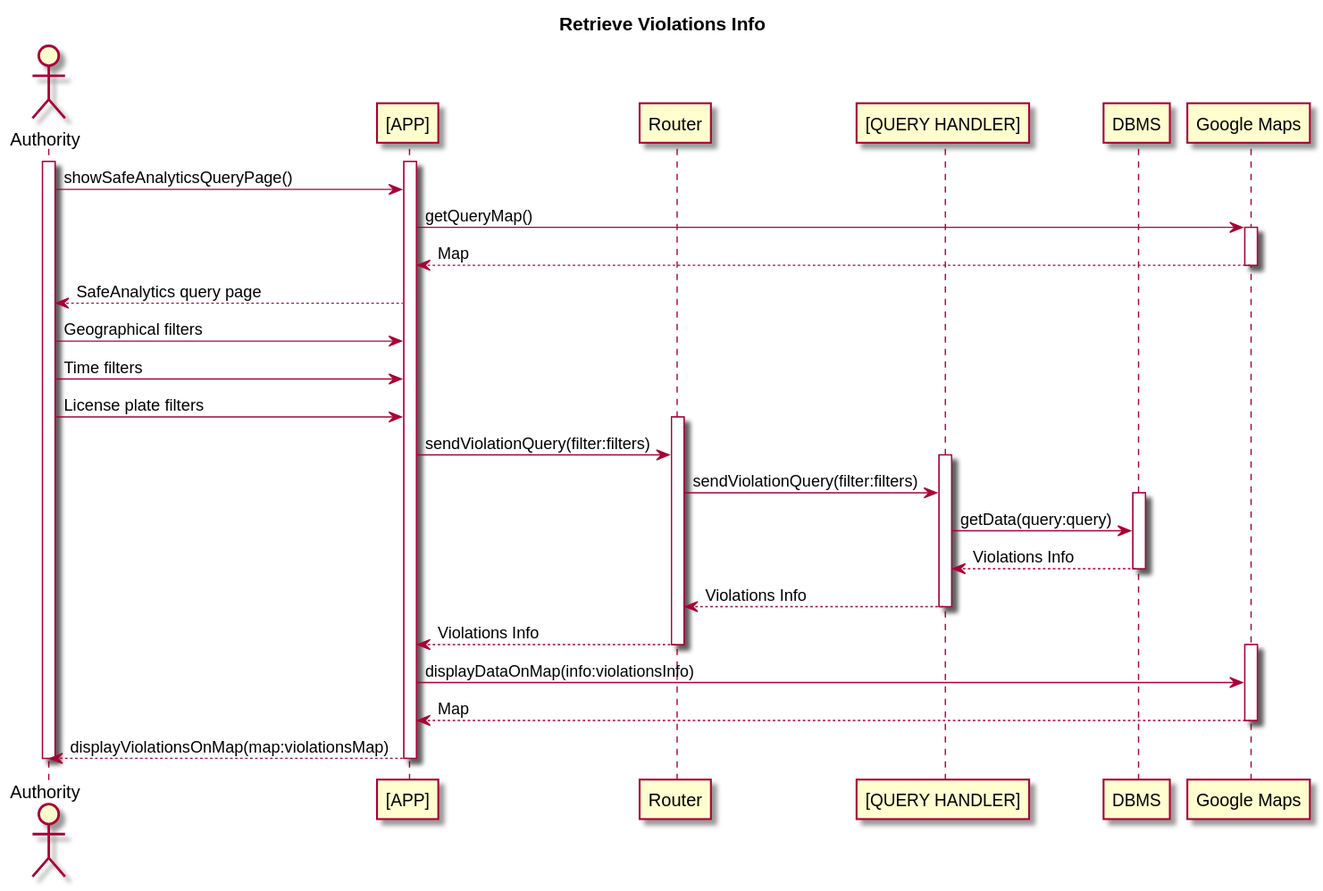
Earlier version of the PlantUML export DD/resources/retrieve_violation_info.svg (simonebraga/software_engineering_project_2020).
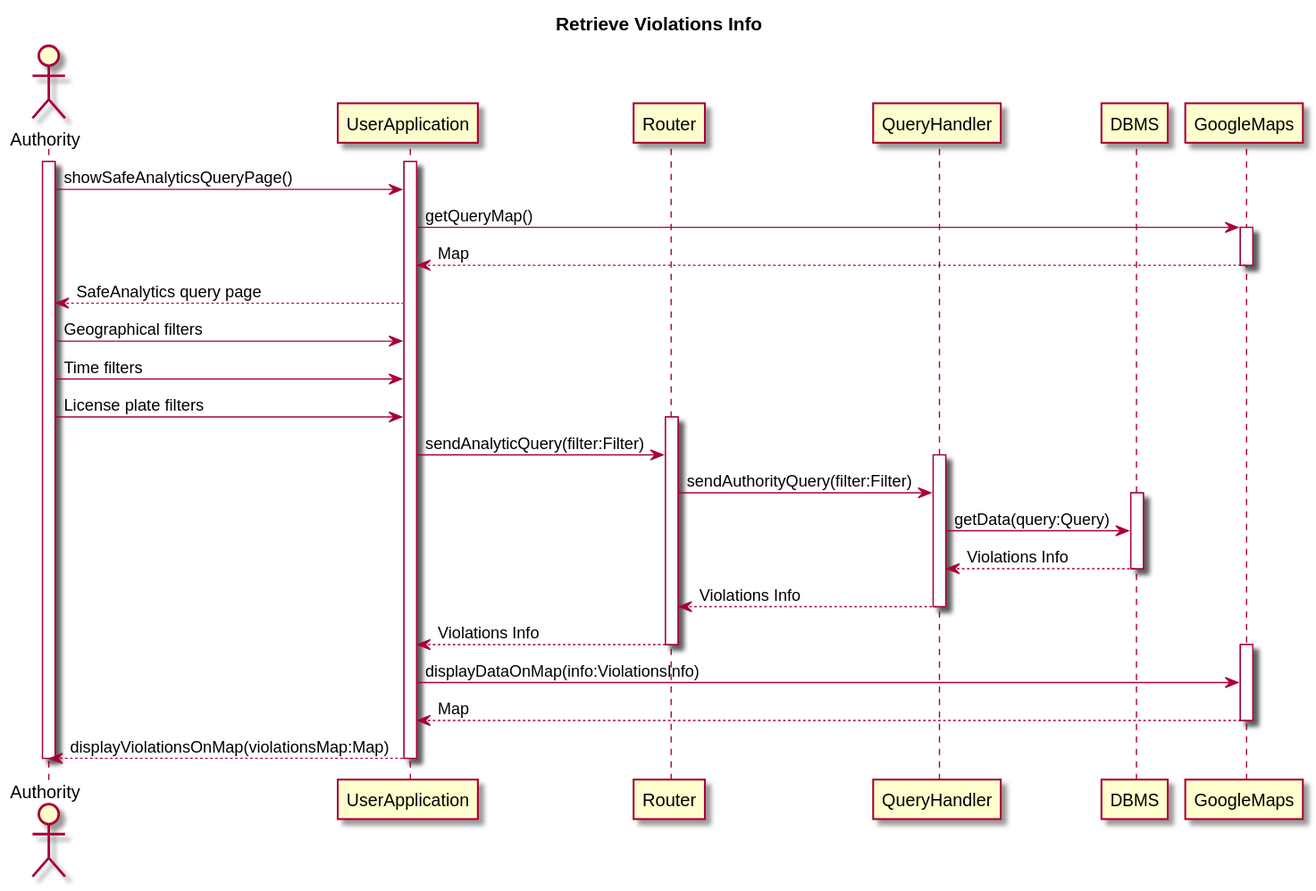
After the commit.

Change to the diagram source:
```diff
@@ -3,11 +3,11 @@
 title Retrieve Violations Info
 
 actor Authority as auth
-participant "[APP]" as app
+participant "UserApplication" as app
 participant "Router" as rout
-participant "[QUERY HANDLER]" as queryh
+participant "QueryHandler" as queryh
 participant "DBMS" as db
-participant "Google Maps" as google
+participant "GoogleMaps" as google
 
 activate auth
 activate app
@@ -23,15 +23,15 @@
   auth -> app : License plate filters
 
   activate rout
-    app -> rout : sendViolationQuery(filter:filters)
+    app -> rout : sendAnalyticQuery(filter:Filter)
 
     activate queryh
 
-      rout -> queryh : sendViolationQuery(filter:filters)
+      rout -> queryh : sendAuthorityQuery(filter:Filter)
 
       activate db
 
-        queryh -> db : getData(query:query)
+        queryh -> db : getData(query:Query)
         db --> queryh : Violations Info
 
       deactivate db
@@ -45,12 +45,12 @@
     deactivate rout
     activate google
 
-      app -> google : displayDataOnMap(info:violationsInfo)
+      app -> google : displayDataOnMap(info:ViolationsInfo)
       google --> app : Map
 
     deactivate google
 
-    app --> auth : displayViolationsOnMap(map:violationsMap)
+    app --> auth : displayViolationsOnMap(violationsMap:Map)
 
 deactivate app
 deactivate auth
```
